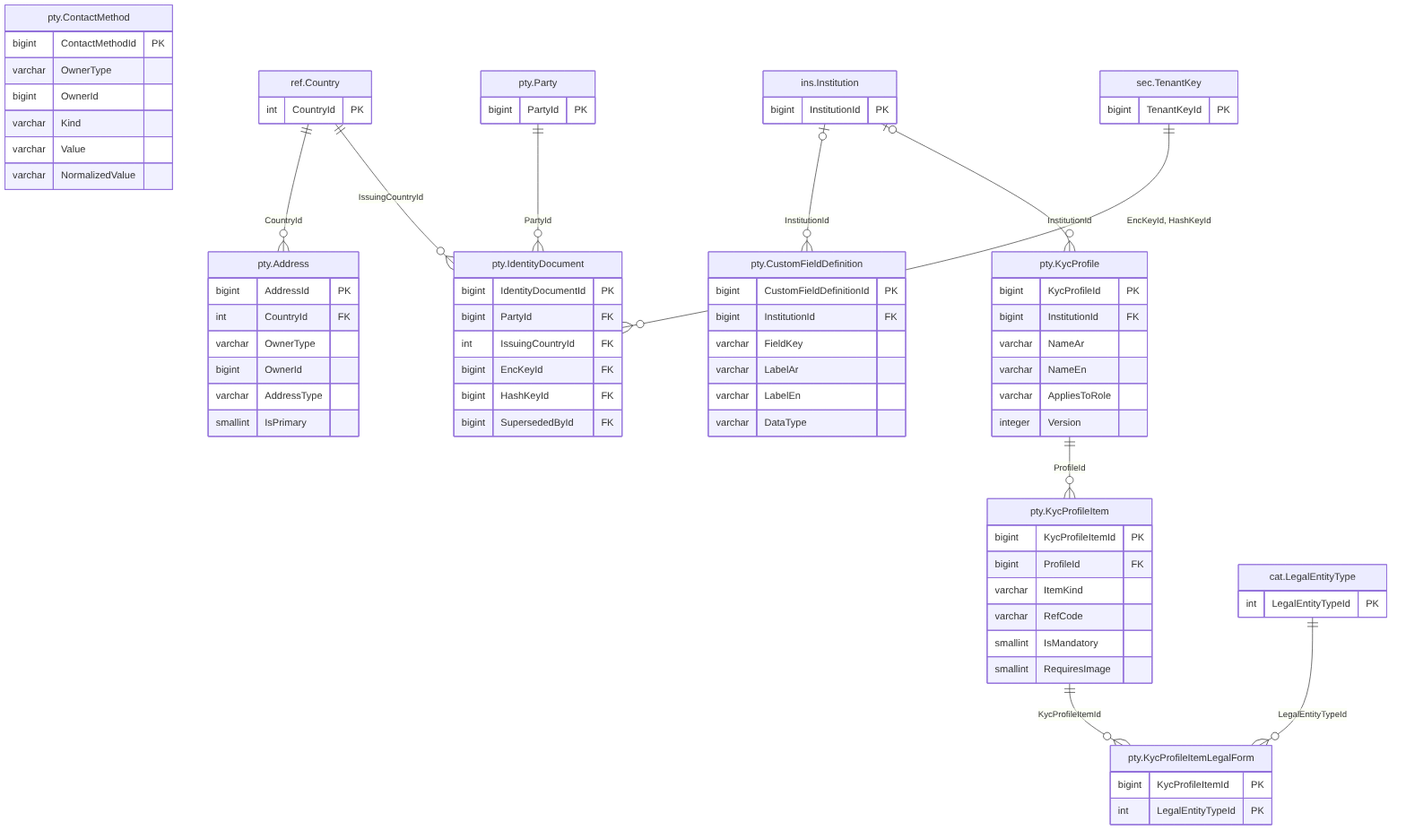
Above: treasury-platform/docs/diagrams/erd/m1_party_1.png in thawrasy/smartlines (Mermaid), before the change. Its source is kept beside it as treasury-platform/docs/diagrams/erd/m1_party_1.mmd. The source it was exported from:
```mermaid
erDiagram
  pty_Address["pty.Address"] {
    bigint AddressId PK
    int CountryId FK
    varchar OwnerType
    bigint OwnerId
    varchar AddressType
    smallint IsPrimary
  }
  pty_ContactMethod["pty.ContactMethod"] {
    bigint ContactMethodId PK
    varchar OwnerType
    bigint OwnerId
    varchar Kind
    varchar Value
    varchar NormalizedValue
  }
  pty_CustomFieldDefinition["pty.CustomFieldDefinition"] {
    bigint CustomFieldDefinitionId PK
    bigint InstitutionId FK
    varchar FieldKey
    varchar LabelAr
    varchar LabelEn
    varchar DataType
  }
  pty_IdentityDocument["pty.IdentityDocument"] {
    bigint IdentityDocumentId PK
    bigint PartyId FK
    int IssuingCountryId FK
    bigint EncKeyId FK
    bigint HashKeyId FK
    bigint SupersededById FK
  }
  pty_KycProfile["pty.KycProfile"] {
    bigint KycProfileId PK
    bigint InstitutionId FK
    varchar NameAr
    varchar NameEn
    varchar AppliesToRole
    integer Version
  }
  pty_KycProfileItem["pty.KycProfileItem"] {
    bigint KycProfileItemId PK
    bigint ProfileId FK
    varchar ItemKind
    varchar RefCode
    smallint IsMandatory
    smallint RequiresImage
  }
  pty_KycProfileItemLegalForm["pty.KycProfileItemLegalForm"] {
    bigint KycProfileItemId PK
    int LegalEntityTypeId PK
  }
  cat_LegalEntityType["cat.LegalEntityType"] {
    int LegalEntityTypeId PK
  }
  ins_Institution["ins.Institution"] {
    bigint InstitutionId PK
  }
  pty_Party["pty.Party"] {
    bigint PartyId PK
  }
  ref_Country["ref.Country"] {
    int CountryId PK
  }
  sec_TenantKey["sec.TenantKey"] {
    bigint TenantKeyId PK
  }
  cat_LegalEntityType ||--o{ pty_KycProfileItemLegalForm : "LegalEntityTypeId"
  ins_Institution |o--o{ pty_CustomFieldDefinition : "InstitutionId"
  ins_Institution |o--o{ pty_KycProfile : "InstitutionId"
  pty_KycProfile ||--o{ pty_KycProfileItem : "ProfileId"
  pty_KycProfileItem ||--o{ pty_KycProfileItemLegalForm : "KycProfileItemId"
  pty_Party ||--o{ pty_IdentityDocument : "PartyId"
  ref_Country ||--o{ pty_Address : "CountryId"
  ref_Country ||--o{ pty_IdentityDocument : "IssuingCountryId"
  sec_TenantKey ||--o{ pty_IdentityDocument : "EncKeyId, HashKeyId"
```
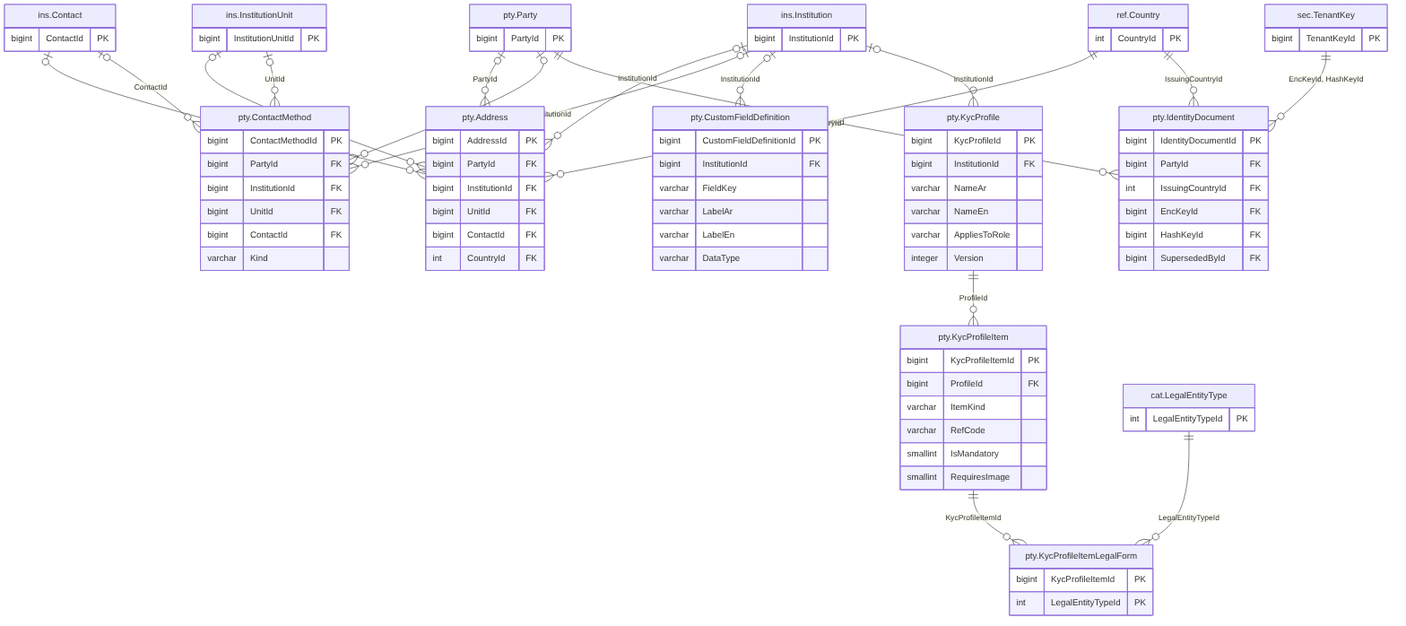
The same file after the commit.

Diff of the diagram source:
```diff
@@ -1,19 +1,19 @@
 erDiagram
   pty_Address["pty.Address"] {
     bigint AddressId PK
+    bigint PartyId FK
+    bigint InstitutionId FK
+    bigint UnitId FK
+    bigint ContactId FK
     int CountryId FK
-    varchar OwnerType
-    bigint OwnerId
-    varchar AddressType
-    smallint IsPrimary
   }
   pty_ContactMethod["pty.ContactMethod"] {
     bigint ContactMethodId PK
-    varchar OwnerType
-    bigint OwnerId
+    bigint PartyId FK
+    bigint InstitutionId FK
+    bigint UnitId FK
+    bigint ContactId FK
     varchar Kind
-    varchar Value
-    varchar NormalizedValue
   }
   pty_CustomFieldDefinition["pty.CustomFieldDefinition"] {
     bigint CustomFieldDefinitionId PK
@@ -54,8 +54,14 @@
   cat_LegalEntityType["cat.LegalEntityType"] {
     int LegalEntityTypeId PK
   }
+  ins_Contact["ins.Contact"] {
+    bigint ContactId PK
+  }
   ins_Institution["ins.Institution"] {
     bigint InstitutionId PK
+  }
+  ins_InstitutionUnit["ins.InstitutionUnit"] {
+    bigint InstitutionUnitId PK
   }
   pty_Party["pty.Party"] {
     bigint PartyId PK
@@ -67,10 +73,18 @@
     bigint TenantKeyId PK
   }
   cat_LegalEntityType ||--o{ pty_KycProfileItemLegalForm : "LegalEntityTypeId"
+  ins_Contact |o--o{ pty_Address : "ContactId"
+  ins_Contact |o--o{ pty_ContactMethod : "ContactId"
+  ins_Institution |o--o{ pty_Address : "InstitutionId"
+  ins_Institution |o--o{ pty_ContactMethod : "InstitutionId"
   ins_Institution |o--o{ pty_CustomFieldDefinition : "InstitutionId"
   ins_Institution |o--o{ pty_KycProfile : "InstitutionId"
+  ins_InstitutionUnit |o--o{ pty_Address : "UnitId"
+  ins_InstitutionUnit |o--o{ pty_ContactMethod : "UnitId"
   pty_KycProfile ||--o{ pty_KycProfileItem : "ProfileId"
   pty_KycProfileItem ||--o{ pty_KycProfileItemLegalForm : "KycProfileItemId"
+  pty_Party |o--o{ pty_Address : "PartyId"
+  pty_Party |o--o{ pty_ContactMethod : "PartyId"
   pty_Party ||--o{ pty_IdentityDocument : "PartyId"
   ref_Country ||--o{ pty_Address : "CountryId"
   ref_Country ||--o{ pty_IdentityDocument : "IssuingCountryId"
```
